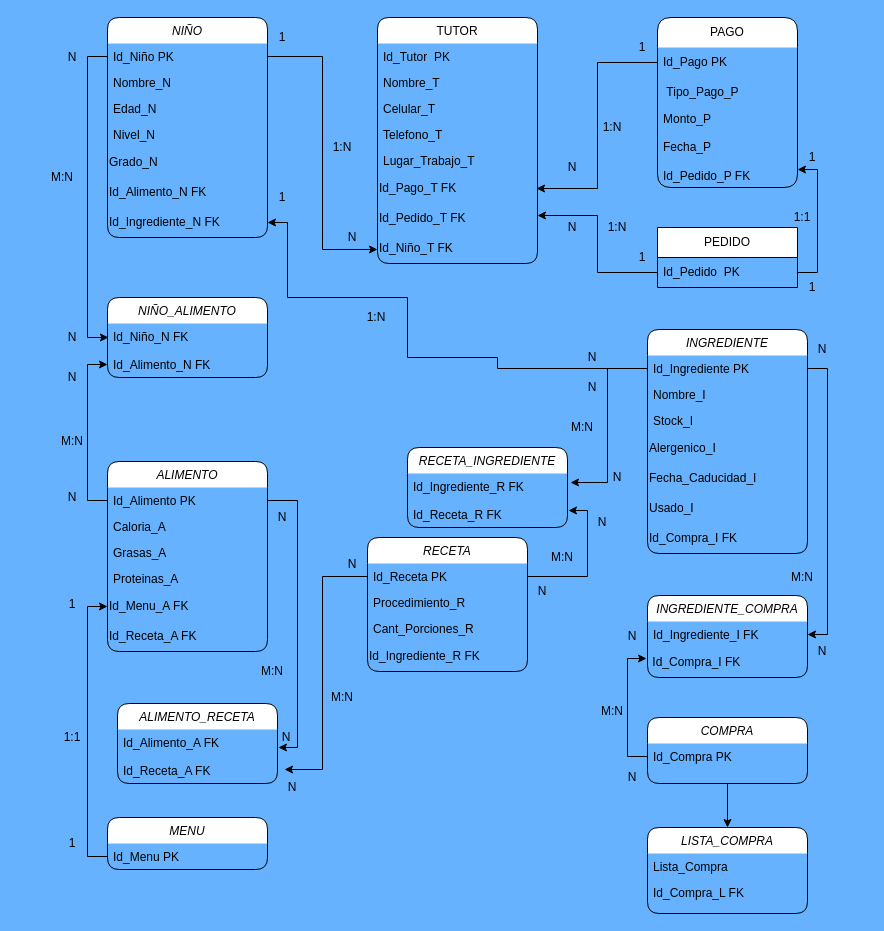
Before: Diagrama sin título.drawio in CesarVaz17/Prueba-TBD, a draw.io diagram. Source tidied: cells renumbered, new cells numbered last; positions are measured from the earlier drawing's top-left corner, leaving out a move shared by most shapes. Both pictures are drawn from the tidied source at 100%, with x=0, y=0 at pixel (17, 17).
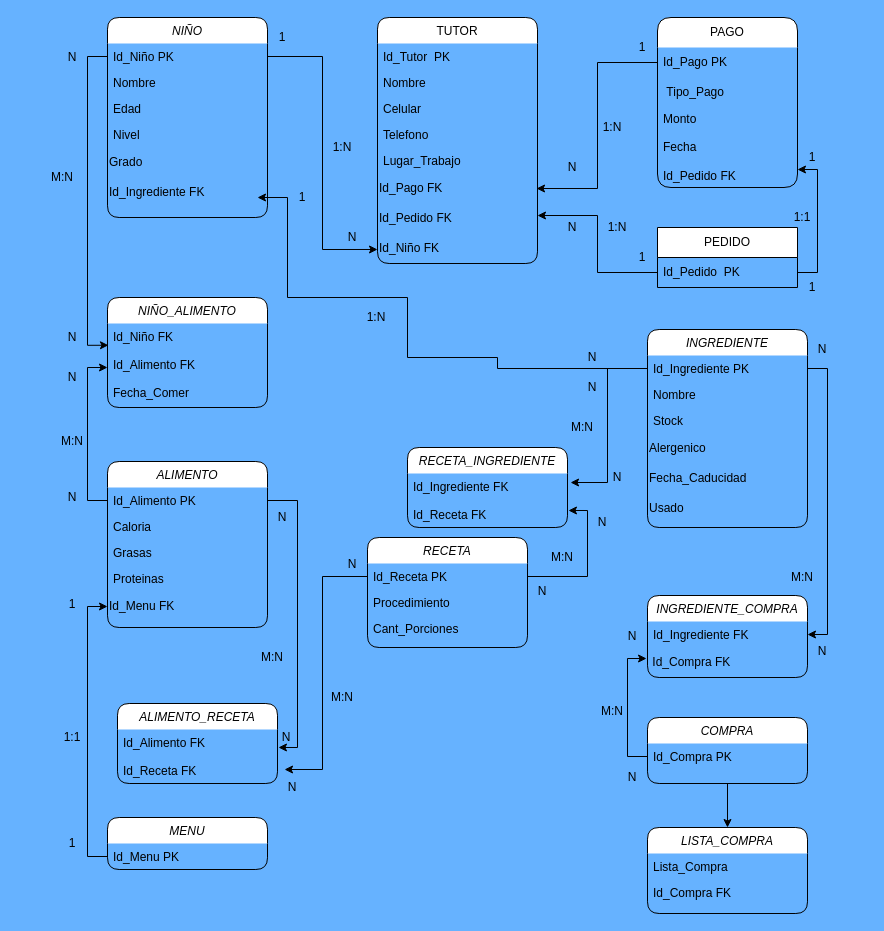
The same page after the edit.

The change refers to these unchanged cells:
```xml
<mxCell id="10" value="TUTOR" style="swimlane;fontStyle=0;align=center;verticalAlign=top;horizontal=1;startSize=26;rounded=1;shadow=0;strokeWidth=1;swimlaneLine=0;" parent="1" vertex="1">
  <mxGeometry x="360" width="160" height="246" as="geometry" />
</mxCell>
<mxCell id="19" value="PAGO" style="swimlane;fontStyle=0;horizontal=1;startSize=30;whiteSpace=wrap;html=1;rounded=1;swimlaneLine=0;" parent="1" vertex="1">
  <mxGeometry x="640" width="140" height="170" as="geometry" />
</mxCell>
<mxCell id="30" value="Id_Alimento PK" style="text;align=left;verticalAlign=top;spacingLeft=4;spacingRight=4;overflow=hidden;points=[[0,0.5],[1,0.5]];portConstraint=eastwest;" parent="29" vertex="1">
  <mxGeometry y="26" width="160" height="26" as="geometry" />
</mxCell>
<mxCell id="45" value="Id_Ingrediente PK" style="text;align=left;verticalAlign=top;spacingLeft=4;spacingRight=4;overflow=hidden;points=[[0,0.5],[1,0.5]];portConstraint=eastwest;" parent="44" vertex="1">
  <mxGeometry y="26" width="160" height="26" as="geometry" />
</mxCell>
<mxCell id="77" value="LISTA_COMPRA" style="swimlane;fontStyle=2;align=center;verticalAlign=top;horizontal=1;startSize=26;rounded=1;shadow=0;strokeWidth=1;glass=0;swimlaneLine=0;" parent="1" vertex="1">
  <mxGeometry x="630" y="810" width="160" height="86" as="geometry" />
</mxCell>
<mxCell id="87" value="RECETA_INGREDIENTE" style="swimlane;fontStyle=2;align=center;verticalAlign=top;horizontal=1;startSize=26;rounded=1;shadow=0;strokeWidth=1;swimlaneLine=0;" parent="1" vertex="1">
  <mxGeometry x="390" y="430" width="160" height="80" as="geometry" />
</mxCell>
<mxCell id="97" value="ALIMENTO_RECETA" style="swimlane;fontStyle=2;align=center;verticalAlign=top;horizontal=1;startSize=26;rounded=1;shadow=0;strokeWidth=1;swimlaneLine=0;" parent="1" vertex="1">
  <mxGeometry x="100" y="686" width="160" height="80" as="geometry" />
</mxCell>
<mxCell id="107" value="INGREDIENTE_COMPRA" style="swimlane;fontStyle=2;align=center;verticalAlign=top;horizontal=1;startSize=26;rounded=1;shadow=0;strokeWidth=1;swimlaneLine=0;" parent="1" vertex="1">
  <mxGeometry x="630" y="578" width="160" height="82" as="geometry" />
</mxCell>
```

Change to the diagram source:
```diff
@@
     <mxCell id="2" value="NIÑO" style="swimlane;fontStyle=2;align=center;verticalAlign=top;horizontal=1;startSize=26;rounded=1;shadow=0;strokeWidth=1;swimlaneLine=0;" parent="1" vertex="1">
-      <mxGeometry x="90" width="160" height="220" as="geometry" />
+      <mxGeometry x="90" width="160" height="200" as="geometry" />
     </mxCell>
@@
-    <mxCell id="4" value="Nombre_N" style="text;align=left;verticalAlign=top;spacingLeft=4;spacingRight=4;overflow=hidden;rounded=0;shadow=0;html=0;" parent="2" vertex="1">
+    <mxCell id="4" value="Nombre" style="text;align=left;verticalAlign=top;spacingLeft=4;spacingRight=4;overflow=hidden;rounded=0;shadow=0;html=0;" parent="2" vertex="1">
       <mxGeometry y="52" width="160" height="26" as="geometry" />
     </mxCell>
-    <mxCell id="5" value="Edad_N" style="text;align=left;verticalAlign=top;spacingLeft=4;spacingRight=4;overflow=hidden;rounded=0;shadow=0;html=0;" parent="2" vertex="1">
+    <mxCell id="5" value="Edad" style="text;align=left;verticalAlign=top;spacingLeft=4;spacingRight=4;overflow=hidden;rounded=0;shadow=0;html=0;" parent="2" vertex="1">
       <mxGeometry y="78" width="160" height="26" as="geometry" />
     </mxCell>
-    <mxCell id="6" value="Nivel_N" style="text;align=left;verticalAlign=top;spacingLeft=4;spacingRight=4;overflow=hidden;" parent="2" vertex="1">
+    <mxCell id="6" value="Nivel" style="text;align=left;verticalAlign=top;spacingLeft=4;spacingRight=4;overflow=hidden;" parent="2" vertex="1">
       <mxGeometry y="104" width="160" height="26" as="geometry" />
     </mxCell>
-    <mxCell id="7" value="Grado_N" style="text;html=1;align=left;verticalAlign=middle;whiteSpace=wrap;rounded=0;" parent="2" vertex="1">
+    <mxCell id="7" value="Grado" style="text;html=1;align=left;verticalAlign=middle;whiteSpace=wrap;rounded=0;" parent="2" vertex="1">
       <mxGeometry y="130" width="160" height="30" as="geometry" />
     </mxCell>
-    <mxCell id="8" value="Id_Alimento_N FK" style="text;html=1;align=left;verticalAlign=middle;whiteSpace=wrap;rounded=0;" parent="2" vertex="1">
-      <mxGeometry y="160" width="160" height="30" as="geometry" />
-    </mxCell>
-    <mxCell id="9" value="Id_Ingrediente_N FK" style="text;html=1;align=left;verticalAlign=middle;whiteSpace=wrap;rounded=0;" parent="2" vertex="1">
-      <mxGeometry y="190" width="160" height="30" as="geometry" />
+    <mxCell id="9" value="Id_Ingrediente FK" style="text;html=1;align=left;verticalAlign=middle;whiteSpace=wrap;rounded=0;" parent="2" vertex="1">
+      <mxGeometry y="160" width="160" height="30" as="geometry" />
     </mxCell>
@@
-    <mxCell id="12" value="Nombre_T" style="text;align=left;verticalAlign=top;spacingLeft=4;spacingRight=4;overflow=hidden;rounded=0;shadow=0;html=0;" parent="10" vertex="1">
+    <mxCell id="12" value="Nombre" style="text;align=left;verticalAlign=top;spacingLeft=4;spacingRight=4;overflow=hidden;rounded=0;shadow=0;html=0;" parent="10" vertex="1">
       <mxGeometry y="52" width="160" height="26" as="geometry" />
     </mxCell>
-    <mxCell id="13" value="Celular_T" style="text;align=left;verticalAlign=top;spacingLeft=4;spacingRight=4;overflow=hidden;rounded=0;shadow=0;html=0;" parent="10" vertex="1">
+    <mxCell id="13" value="Celular" style="text;align=left;verticalAlign=top;spacingLeft=4;spacingRight=4;overflow=hidden;rounded=0;shadow=0;html=0;" parent="10" vertex="1">
       <mxGeometry y="78" width="160" height="26" as="geometry" />
     </mxCell>
-    <mxCell id="14" value="Telefono_T" style="text;align=left;verticalAlign=top;spacingLeft=4;spacingRight=4;overflow=hidden;rounded=0;shadow=0;html=0;" parent="10" vertex="1">
+    <mxCell id="14" value="Telefono" style="text;align=left;verticalAlign=top;spacingLeft=4;spacingRight=4;overflow=hidden;rounded=0;shadow=0;html=0;" parent="10" vertex="1">
       <mxGeometry y="104" width="160" height="26" as="geometry" />
     </mxCell>
-    <mxCell id="15" value="Lugar_Trabajo_T" style="text;align=left;verticalAlign=top;spacingLeft=4;spacingRight=4;overflow=hidden;rounded=0;shadow=0;html=0;" parent="10" vertex="1">
+    <mxCell id="15" value="Lugar_Trabajo" style="text;align=left;verticalAlign=top;spacingLeft=4;spacingRight=4;overflow=hidden;rounded=0;shadow=0;html=0;" parent="10" vertex="1">
       <mxGeometry y="130" width="160" height="26" as="geometry" />
     </mxCell>
-    <mxCell id="16" value="Id_Pago_T FK" style="text;html=1;align=left;verticalAlign=middle;points=[];strokeColor=none;fillColor=none;" parent="10" vertex="1">
+    <mxCell id="16" value="Id_Pago FK" style="text;html=1;align=left;verticalAlign=middle;points=[];strokeColor=none;fillColor=none;" parent="10" vertex="1">
       <mxGeometry y="156" width="160" height="30" as="geometry" />
     </mxCell>
-    <mxCell id="17" value="Id_Pedido_T FK" style="text;html=1;align=left;verticalAlign=middle;points=[];strokeColor=none;fillColor=none;" parent="10" vertex="1">
+    <mxCell id="17" value="Id_Pedido FK" style="text;html=1;align=left;verticalAlign=middle;points=[];strokeColor=none;fillColor=none;" parent="10" vertex="1">
       <mxGeometry y="186" width="160" height="30" as="geometry" />
     </mxCell>
-    <mxCell id="18" value="Id_Niño_T FK" style="text;html=1;align=left;verticalAlign=middle;points=[];strokeColor=none;fillColor=none;" parent="10" vertex="1">
+    <mxCell id="18" value="Id_Niño FK" style="text;html=1;align=left;verticalAlign=middle;points=[];strokeColor=none;fillColor=none;" parent="10" vertex="1">
       <mxGeometry y="216" width="160" height="30" as="geometry" />
     </mxCell>
@@
-    <mxCell id="21" value="&amp;nbsp;Tipo_Pago_P" style="text;strokeColor=none;fillColor=none;align=left;verticalAlign=middle;spacingLeft=4;spacingRight=4;overflow=hidden;whiteSpace=wrap;html=1;" parent="19" vertex="1">
+    <mxCell id="21" value="&amp;nbsp;Tipo_Pago" style="text;strokeColor=none;fillColor=none;align=left;verticalAlign=middle;spacingLeft=4;spacingRight=4;overflow=hidden;whiteSpace=wrap;html=1;" parent="19" vertex="1">
       <mxGeometry y="60" width="140" height="30" as="geometry" />
     </mxCell>
-    <mxCell id="22" value="Monto_P&lt;br&gt;&lt;br&gt;Fecha_P&lt;br&gt;&lt;br&gt;Id_Pedido_P FK" style="text;strokeColor=none;fillColor=none;align=left;verticalAlign=middle;spacingLeft=4;spacingRight=4;overflow=hidden;points=[[0,0.5],[1,0.5]];portConstraint=eastwest;whiteSpace=wrap;html=1;" parent="19" vertex="1">
+    <mxCell id="22" value="Monto&lt;br&gt;&lt;br&gt;Fecha&lt;br&gt;&lt;br&gt;Id_Pedido FK" style="text;strokeColor=none;fillColor=none;align=left;verticalAlign=middle;spacingLeft=4;spacingRight=4;overflow=hidden;points=[[0,0.5],[1,0.5]];portConstraint=eastwest;whiteSpace=wrap;html=1;" parent="19" vertex="1">
       <mxGeometry y="90" width="140" height="80" as="geometry" />
     </mxCell>
@@
     <mxCell id="29" value="ALIMENTO" style="swimlane;fontStyle=2;align=center;verticalAlign=top;horizontal=1;startSize=26;rounded=1;shadow=0;strokeWidth=1;swimlaneLine=0;" parent="1" vertex="1">
-      <mxGeometry x="90" y="444" width="160" height="190" as="geometry" />
+      <mxGeometry x="90" y="444" width="160" height="166" as="geometry" />
     </mxCell>
@@
-    <mxCell id="31" value="Caloria_A" style="text;align=left;verticalAlign=top;spacingLeft=4;spacingRight=4;overflow=hidden;rounded=0;shadow=0;html=0;" parent="29" vertex="1">
+    <mxCell id="31" value="Caloria" style="text;align=left;verticalAlign=top;spacingLeft=4;spacingRight=4;overflow=hidden;rounded=0;shadow=0;html=0;" parent="29" vertex="1">
       <mxGeometry y="52" width="160" height="26" as="geometry" />
     </mxCell>
-    <mxCell id="32" value="Grasas_A" style="text;align=left;verticalAlign=top;spacingLeft=4;spacingRight=4;overflow=hidden;rounded=0;shadow=0;html=0;" parent="29" vertex="1">
+    <mxCell id="32" value="Grasas" style="text;align=left;verticalAlign=top;spacingLeft=4;spacingRight=4;overflow=hidden;rounded=0;shadow=0;html=0;" parent="29" vertex="1">
       <mxGeometry y="78" width="160" height="26" as="geometry" />
     </mxCell>
-    <mxCell id="33" value="Proteinas_A" style="text;align=left;verticalAlign=top;spacingLeft=4;spacingRight=4;overflow=hidden;" parent="29" vertex="1">
+    <mxCell id="33" value="Proteinas" style="text;align=left;verticalAlign=top;spacingLeft=4;spacingRight=4;overflow=hidden;" parent="29" vertex="1">
       <mxGeometry y="104" width="160" height="26" as="geometry" />
     </mxCell>
-    <mxCell id="34" value="Id_Menu_A FK" style="text;html=1;align=left;verticalAlign=middle;whiteSpace=wrap;rounded=0;" parent="29" vertex="1">
+    <mxCell id="34" value="Id_Menu FK" style="text;html=1;align=left;verticalAlign=middle;whiteSpace=wrap;rounded=0;" parent="29" vertex="1">
       <mxGeometry y="130" width="160" height="30" as="geometry" />
     </mxCell>
-    <mxCell id="35" value="Id_Receta_A FK" style="text;html=1;align=left;verticalAlign=middle;whiteSpace=wrap;rounded=0;" parent="29" vertex="1">
-      <mxGeometry y="160" width="160" height="30" as="geometry" />
-    </mxCell>
@@
     <mxCell id="39" value="RECETA" style="swimlane;fontStyle=2;align=center;verticalAlign=top;horizontal=1;startSize=26;rounded=1;shadow=0;strokeWidth=1;swimlaneLine=0;" parent="1" vertex="1">
-      <mxGeometry x="350" y="520" width="160" height="134" as="geometry" />
+      <mxGeometry x="350" y="520" width="160" height="110" as="geometry" />
     </mxCell>
@@
-    <mxCell id="41" value="Procedimiento_R" style="text;align=left;verticalAlign=top;spacingLeft=4;spacingRight=4;overflow=hidden;rounded=0;shadow=0;html=0;" parent="39" vertex="1">
+    <mxCell id="41" value="Procedimiento" style="text;align=left;verticalAlign=top;spacingLeft=4;spacingRight=4;overflow=hidden;rounded=0;shadow=0;html=0;" parent="39" vertex="1">
       <mxGeometry y="52" width="160" height="26" as="geometry" />
     </mxCell>
-    <mxCell id="42" value="Cant_Porciones_R" style="text;align=left;verticalAlign=top;spacingLeft=4;spacingRight=4;overflow=hidden;rounded=0;shadow=0;html=0;" parent="39" vertex="1">
+    <mxCell id="42" value="Cant_Porciones" style="text;align=left;verticalAlign=top;spacingLeft=4;spacingRight=4;overflow=hidden;rounded=0;shadow=0;html=0;" parent="39" vertex="1">
       <mxGeometry y="78" width="160" height="26" as="geometry" />
     </mxCell>
-    <mxCell id="43" value="Id_Ingrediente_R FK" style="text;html=1;align=left;verticalAlign=middle;strokeColor=none;fillColor=none;" parent="39" vertex="1">
-      <mxGeometry y="104" width="160" height="30" as="geometry" />
-    </mxCell>
     <mxCell id="44" value="INGREDIENTE" style="swimlane;fontStyle=2;align=center;verticalAlign=top;horizontal=1;startSize=26;rounded=1;shadow=0;strokeWidth=1;swimlaneLine=0;" parent="1" vertex="1">
-      <mxGeometry x="630" y="312" width="160" height="224" as="geometry" />
+      <mxGeometry x="630" y="312" width="160" height="198" as="geometry" />
     </mxCell>
@@
-    <mxCell id="46" value="Nombre_I" style="text;align=left;verticalAlign=top;spacingLeft=4;spacingRight=4;overflow=hidden;rounded=0;shadow=0;html=0;" parent="44" vertex="1">
+    <mxCell id="46" value="Nombre" style="text;align=left;verticalAlign=top;spacingLeft=4;spacingRight=4;overflow=hidden;rounded=0;shadow=0;html=0;" parent="44" vertex="1">
       <mxGeometry y="52" width="160" height="26" as="geometry" />
     </mxCell>
-    <mxCell id="47" value="Stock_I" style="text;align=left;verticalAlign=top;spacingLeft=4;spacingRight=4;overflow=hidden;rounded=0;shadow=0;html=0;" parent="44" vertex="1">
+    <mxCell id="47" value="Stock" style="text;align=left;verticalAlign=top;spacingLeft=4;spacingRight=4;overflow=hidden;rounded=0;shadow=0;html=0;" parent="44" vertex="1">
       <mxGeometry y="78" width="160" height="26" as="geometry" />
     </mxCell>
-    <mxCell id="48" value="Alergenico_I" style="text;html=1;align=left;verticalAlign=middle;strokeColor=none;fillColor=none;" parent="44" vertex="1">
+    <mxCell id="48" value="Alergenico" style="text;html=1;align=left;verticalAlign=middle;strokeColor=none;fillColor=none;" parent="44" vertex="1">
       <mxGeometry y="104" width="160" height="30" as="geometry" />
     </mxCell>
-    <mxCell id="49" value="Fecha_Caducidad_I" style="text;html=1;align=left;verticalAlign=middle;strokeColor=none;fillColor=none;" parent="44" vertex="1">
+    <mxCell id="49" value="Fecha_Caducidad" style="text;html=1;align=left;verticalAlign=middle;strokeColor=none;fillColor=none;" parent="44" vertex="1">
       <mxGeometry y="134" width="160" height="30" as="geometry" />
     </mxCell>
-    <mxCell id="50" value="Usado_I" style="text;html=1;align=left;verticalAlign=middle;strokeColor=none;fillColor=none;" parent="44" vertex="1">
+    <mxCell id="50" value="Usado" style="text;html=1;align=left;verticalAlign=middle;strokeColor=none;fillColor=none;" parent="44" vertex="1">
       <mxGeometry y="164" width="160" height="30" as="geometry" />
     </mxCell>
-    <mxCell id="51" value="Id_Compra_I FK" style="text;html=1;align=left;verticalAlign=middle;strokeColor=none;fillColor=none;" parent="44" vertex="1">
-      <mxGeometry y="194" width="160" height="30" as="geometry" />
-    </mxCell>
-    <mxCell id="52" style="edgeStyle=orthogonalEdgeStyle;rounded=0;jettySize=auto;html=1;exitX=0;exitY=0.5;exitDx=0;exitDy=0;entryX=1;entryY=0.5;entryDx=0;entryDy=0;" parent="1" edge="1" source="45" target="9">
+    <mxCell id="52" style="edgeStyle=orthogonalEdgeStyle;rounded=0;jettySize=auto;html=1;exitX=0;exitY=0.5;exitDx=0;exitDy=0;entryX=0;entryY=0.5;entryDx=0;entryDy=0;" parent="1" edge="1" source="45" target="71">
       <mxGeometry relative="1" as="geometry">
         <Array as="points">
           <mxPoint x="480" y="351" />
           <mxPoint x="480" y="340" />
           <mxPoint x="390" y="340" />
           <mxPoint x="390" y="280" />
           <mxPoint x="270" y="280" />
-          <mxPoint x="270" y="205" />
+          <mxPoint x="270" y="180" />
         </Array>
       </mxGeometry>
     </mxCell>
@@
     <mxCell id="71" value="1" style="text;html=1;align=center;verticalAlign=middle;whiteSpace=wrap;rounded=0;" parent="1" vertex="1">
-      <mxGeometry x="220" y="160" width="90" height="40" as="geometry" />
+      <mxGeometry x="240" y="160" width="90" height="40" as="geometry" />
     </mxCell>
@@
-    <mxCell id="79" value="Id_Compra_L FK" style="text;align=left;verticalAlign=top;spacingLeft=4;spacingRight=4;overflow=hidden;" parent="77" vertex="1">
+    <mxCell id="79" value="Id_Compra FK" style="text;align=left;verticalAlign=top;spacingLeft=4;spacingRight=4;overflow=hidden;" parent="77" vertex="1">
       <mxGeometry y="52" width="160" height="26" as="geometry" />
     </mxCell>
     <mxCell id="80" value="NIÑO_ALIMENTO" style="swimlane;fontStyle=2;align=center;verticalAlign=top;horizontal=1;startSize=26;rounded=1;shadow=0;strokeWidth=1;swimlaneLine=0;" parent="1" vertex="1">
-      <mxGeometry x="90" y="280" width="160" height="80" as="geometry" />
+      <mxGeometry x="90" y="280" width="160" height="110" as="geometry" />
     </mxCell>
-    <mxCell id="81" value="Id_Niño_N FK&#10;&#10;Id_Alimento_N FK" style="text;align=left;verticalAlign=top;spacingLeft=4;spacingRight=4;overflow=hidden;points=[[0,0.5],[1,0.5]];portConstraint=eastwest;" parent="80" vertex="1">
-      <mxGeometry y="26" width="160" height="54" as="geometry" />
+    <mxCell id="81" value="Id_Niño FK&#10;&#10;Id_Alimento FK&#10;&#10;Fecha_Comer" style="text;align=left;verticalAlign=top;spacingLeft=4;spacingRight=4;overflow=hidden;points=[[0,0.5],[1,0.5]];portConstraint=eastwest;" parent="80" vertex="1">
+      <mxGeometry y="26" width="160" height="84" as="geometry" />
     </mxCell>
-    <mxCell id="82" style="edgeStyle=orthogonalEdgeStyle;rounded=0;jettySize=auto;html=1;exitX=0;exitY=0.5;exitDx=0;exitDy=0;entryX=0;entryY=0.759;entryDx=0;entryDy=0;entryPerimeter=0;" parent="1" edge="1" source="30" target="81">
-      <mxGeometry relative="1" as="geometry" />
+    <mxCell id="82" style="edgeStyle=orthogonalEdgeStyle;rounded=0;jettySize=auto;html=1;exitX=0;exitY=0.5;exitDx=0;exitDy=0;" parent="1" edge="1" source="30">
+      <mxGeometry relative="1" as="geometry">
+        <mxPoint x="90" y="350" as="targetPoint" />
+        <Array as="points">
+          <mxPoint x="70" y="483" />
+          <mxPoint x="70" y="350" />
+          <mxPoint x="90" y="350" />
+        </Array>
+      </mxGeometry>
     </mxCell>
@@
-    <mxCell id="88" value="Id_Ingrediente_R FK&#10;&#10;Id_Receta_R FK&#10;" style="text;align=left;verticalAlign=top;spacingLeft=4;spacingRight=4;overflow=hidden;points=[[0,0.5],[1,0.5]];portConstraint=eastwest;" parent="87" vertex="1">
+    <mxCell id="88" value="Id_Ingrediente FK&#10;&#10;Id_Receta FK&#10;" style="text;align=left;verticalAlign=top;spacingLeft=4;spacingRight=4;overflow=hidden;points=[[0,0.5],[1,0.5]];portConstraint=eastwest;" parent="87" vertex="1">
       <mxGeometry y="26" width="160" height="54" as="geometry" />
     </mxCell>
@@
-    <mxCell id="98" value="Id_Alimento_A FK&#10;&#10;Id_Receta_A FK&#10;" style="text;align=left;verticalAlign=top;spacingLeft=4;spacingRight=4;overflow=hidden;points=[[0,0.5],[1,0.5]];portConstraint=eastwest;" parent="97" vertex="1">
+    <mxCell id="98" value="Id_Alimento FK&#10;&#10;Id_Receta FK&#10;" style="text;align=left;verticalAlign=top;spacingLeft=4;spacingRight=4;overflow=hidden;points=[[0,0.5],[1,0.5]];portConstraint=eastwest;" parent="97" vertex="1">
       <mxGeometry y="26" width="160" height="54" as="geometry" />
     </mxCell>
@@
     <mxCell id="105" value="M:N" style="text;html=1;align=center;verticalAlign=middle;whiteSpace=wrap;rounded=0;" parent="1" vertex="1">
-      <mxGeometry x="210" y="634" width="90" height="40" as="geometry" />
+      <mxGeometry x="210" y="620" width="90" height="40" as="geometry" />
     </mxCell>
@@
-    <mxCell id="108" value="Id_Ingrediente_I FK" style="text;align=left;verticalAlign=top;spacingLeft=4;spacingRight=4;overflow=hidden;points=[[0,0.5],[1,0.5]];portConstraint=eastwest;" parent="107" vertex="1">
+    <mxCell id="108" value="Id_Ingrediente FK" style="text;align=left;verticalAlign=top;spacingLeft=4;spacingRight=4;overflow=hidden;points=[[0,0.5],[1,0.5]];portConstraint=eastwest;" parent="107" vertex="1">
       <mxGeometry y="26" width="160" height="26" as="geometry" />
     </mxCell>
-    <mxCell id="109" value="&lt;span style=&quot;&quot;&gt;&amp;nbsp;Id_Compra_I FK&lt;/span&gt;" style="text;html=1;align=left;verticalAlign=middle;points=[];strokeColor=none;fillColor=none;" parent="107" vertex="1">
+    <mxCell id="109" value="&lt;span style=&quot;&quot;&gt;&amp;nbsp;Id_Compra FK&lt;/span&gt;" style="text;html=1;align=left;verticalAlign=middle;points=[];strokeColor=none;fillColor=none;" parent="107" vertex="1">
       <mxGeometry y="52" width="160" height="30" as="geometry" />
     </mxCell>
```
